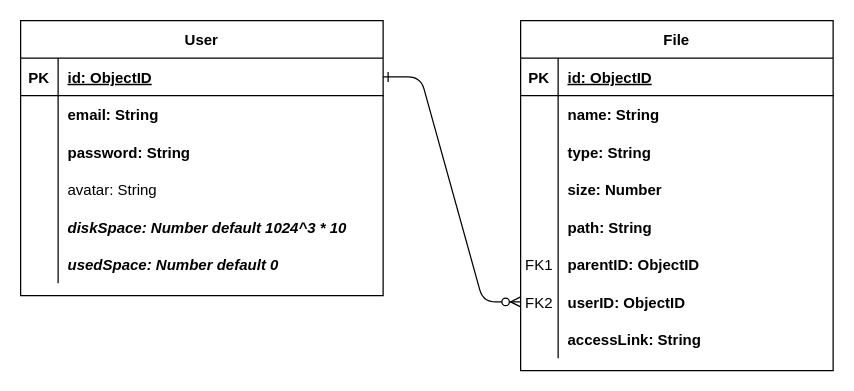
Above: cloud-storage-diagram.drawio in greatstudentkaze/cloud-storage (draw.io), before the change. Source tidied: cells renumbered, new cells numbered last; positions are measured from the earlier drawing's top-left corner, leaving out a move shared by most shapes. Both pictures are drawn from the tidied source at 125%, with x=0, y=0 at pixel (20, 20).
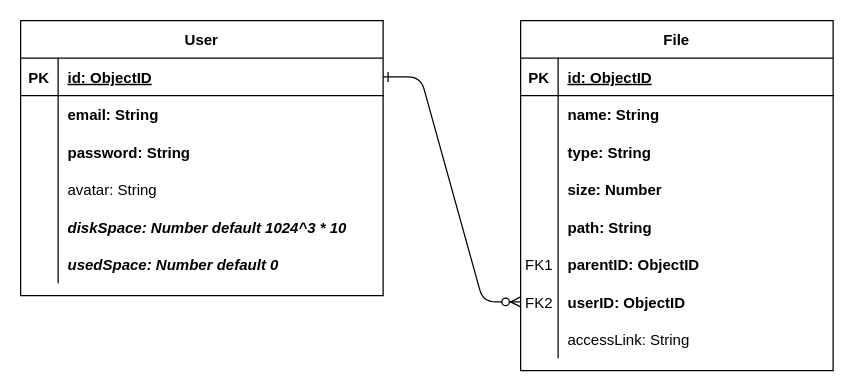
Above is the later version.

Commit message (it also covers changes not shown here):
feat(server/models): add File model

The change refers to these unchanged cells:
```xml
<mxCell id="25" style="shape=partialRectangle;fillColor=none;top=0;left=0;right=0;bottom=0;" parent="3" vertex="1">
  <mxGeometry y="240" width="250" height="30" as="geometry" />
</mxCell>
```

The edit, as a diff of the source:
```diff
@@
-    <mxCell id="27" value="accessLink: String" style="shape=partialRectangle;overflow=hidden;fillColor=none;top=0;left=0;bottom=0;right=0;align=left;spacingLeft=6;fontStyle=1;" parent="25" vertex="1">
+    <mxCell id="27" value="accessLink: String" style="shape=partialRectangle;overflow=hidden;fillColor=none;top=0;left=0;bottom=0;right=0;align=left;spacingLeft=6;fontStyle=0;" parent="25" vertex="1">
       <mxGeometry x="30" width="220" height="30" as="geometry" />
     </mxCell>
```
